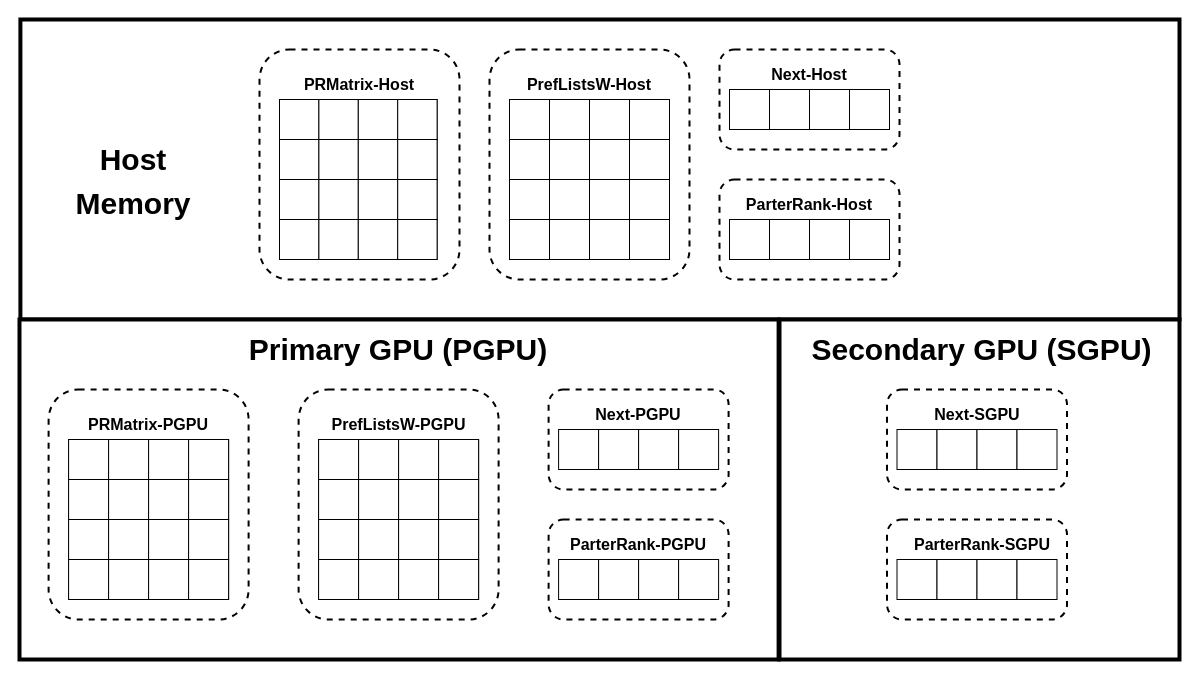
Earlier version of the draw.io diagram DSInHybridSystem.drawio (victorliu-sq/BambooSMP-Figures). Source tidied: cells renumbered, new cells numbered last; positions are measured from the earlier drawing's top-left corner, leaving out a move shared by most shapes. Both pictures are drawn from the tidied source at 100%, with x=0, y=0 at pixel (19, 19).
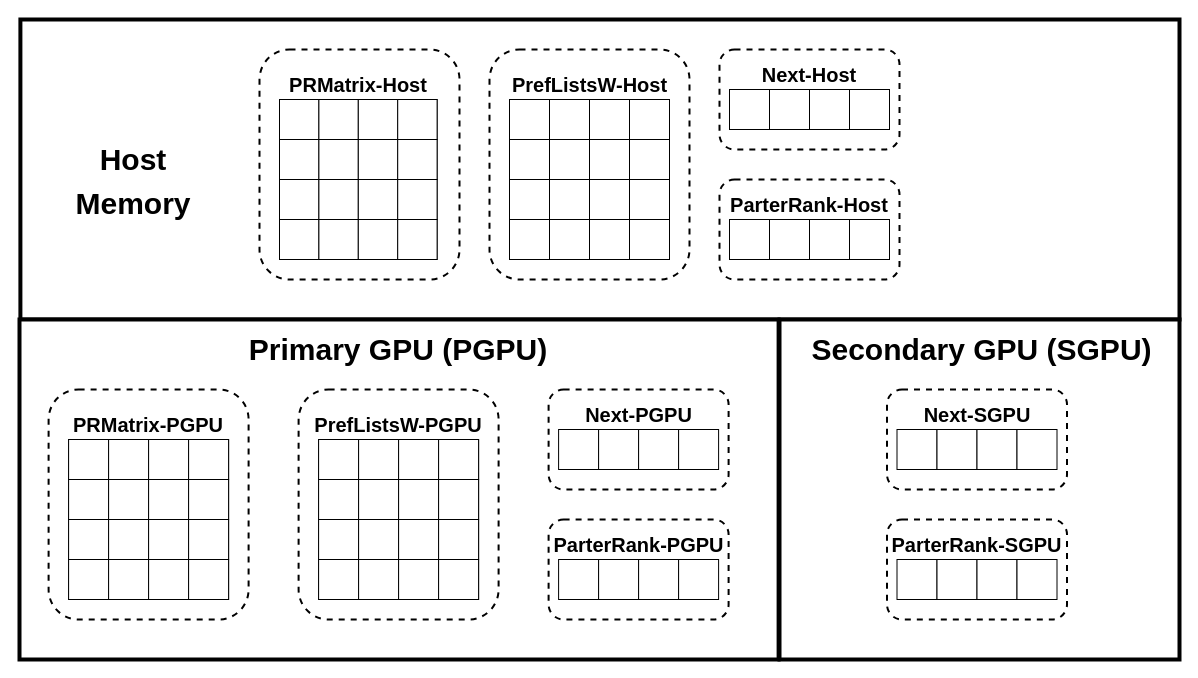
The same page after the edit.

What changed in the source:
```diff
@@
-    <mxCell id="25" value="&lt;p&gt;&lt;b&gt;&lt;font style=&quot;font-size: 16px;&quot;&gt;PRMatrix-Host&lt;/font&gt;&lt;/b&gt;&lt;/p&gt;" style="text;html=1;align=center;verticalAlign=middle;whiteSpace=wrap;rounded=0;" parent="1" vertex="1">
-      <mxGeometry x="270" y="50" width="140" height="30" as="geometry" />
+    <mxCell id="25" value="&lt;p&gt;&lt;b&gt;&lt;font style=&quot;font-size: 20px;&quot;&gt;PRMatrix-Host&lt;/font&gt;&lt;/b&gt;&lt;/p&gt;" style="text;html=1;align=center;verticalAlign=middle;whiteSpace=wrap;rounded=0;" parent="1" vertex="1">
+      <mxGeometry x="268.8" y="50" width="140" height="30" as="geometry" />
     </mxCell>
-    <mxCell id="26" value="&lt;p&gt;&lt;b&gt;&lt;font style=&quot;font-size: 16px;&quot;&gt;PrefListsW-Host&lt;/font&gt;&lt;/b&gt;&lt;/p&gt;" style="text;html=1;align=center;verticalAlign=middle;whiteSpace=wrap;rounded=0;" parent="1" vertex="1">
-      <mxGeometry x="505" y="50" width="130" height="30" as="geometry" />
+    <mxCell id="26" value="&lt;p&gt;&lt;b&gt;&lt;font style=&quot;font-size: 20px;&quot;&gt;PrefListsW-Host&lt;/font&gt;&lt;/b&gt;&lt;/p&gt;" style="text;html=1;align=center;verticalAlign=middle;whiteSpace=wrap;rounded=0;" parent="1" vertex="1">
+      <mxGeometry x="487.5" y="50" width="165" height="30" as="geometry" />
     </mxCell>
@@
-    <mxCell id="32" value="&lt;p&gt;&lt;b&gt;&lt;font style=&quot;font-size: 16px;&quot;&gt;Next-Host&lt;/font&gt;&lt;/b&gt;&lt;/p&gt;" style="text;html=1;align=center;verticalAlign=middle;whiteSpace=wrap;rounded=0;" parent="1" vertex="1">
+    <mxCell id="32" value="&lt;p&gt;&lt;b&gt;&lt;font style=&quot;font-size: 20px;&quot;&gt;Next-Host&lt;/font&gt;&lt;/b&gt;&lt;/p&gt;" style="text;html=1;align=center;verticalAlign=middle;whiteSpace=wrap;rounded=0;" parent="1" vertex="1">
       <mxGeometry x="740" y="40" width="100" height="30" as="geometry" />
     </mxCell>
@@
-    <mxCell id="39" value="&lt;p&gt;&lt;b&gt;&lt;font style=&quot;font-size: 16px;&quot;&gt;ParterRank-Host&lt;/font&gt;&lt;/b&gt;&lt;/p&gt;" style="text;html=1;align=center;verticalAlign=middle;whiteSpace=wrap;rounded=0;" parent="1" vertex="1">
-      <mxGeometry x="720" y="170" width="140" height="30" as="geometry" />
+    <mxCell id="39" value="&lt;p&gt;&lt;b&gt;&lt;font style=&quot;font-size: 20px;&quot;&gt;ParterRank-Host&lt;/font&gt;&lt;/b&gt;&lt;/p&gt;" style="text;html=1;align=center;verticalAlign=middle;whiteSpace=wrap;rounded=0;" parent="1" vertex="1">
+      <mxGeometry x="710" y="170" width="160" height="30" as="geometry" />
     </mxCell>
@@
-    <mxCell id="42" value="&lt;p&gt;&lt;b&gt;&lt;font style=&quot;font-size: 16px;&quot;&gt;Next-SGPU&lt;/font&gt;&lt;/b&gt;&lt;/p&gt;" style="text;html=1;align=center;verticalAlign=middle;whiteSpace=wrap;rounded=0;" parent="1" vertex="1">
-      <mxGeometry x="907.5" y="380" width="100" height="30" as="geometry" />
+    <mxCell id="42" value="&lt;p style=&quot;font-size: 20px;&quot;&gt;&lt;b style=&quot;font-size: 20px;&quot;&gt;&lt;font style=&quot;font-size: 20px;&quot;&gt;Next-SGPU&lt;/font&gt;&lt;/b&gt;&lt;/p&gt;" style="text;html=1;align=center;verticalAlign=middle;whiteSpace=wrap;rounded=0;fontSize=20;" parent="1" vertex="1">
+      <mxGeometry x="893.8" y="380" width="127.5" height="30" as="geometry" />
     </mxCell>
-    <mxCell id="43" value="&lt;p&gt;&lt;b&gt;&lt;font style=&quot;font-size: 16px;&quot;&gt;ParterRank-SGPU&lt;/font&gt;&lt;/b&gt;&lt;/p&gt;" style="text;html=1;align=center;verticalAlign=middle;whiteSpace=wrap;rounded=0;" parent="1" vertex="1">
-      <mxGeometry x="892.5" y="510" width="140" height="30" as="geometry" />
+    <mxCell id="43" value="&lt;p style=&quot;font-size: 20px;&quot;&gt;&lt;b style=&quot;font-size: 20px;&quot;&gt;&lt;font style=&quot;font-size: 20px;&quot;&gt;ParterRank-SGPU&lt;/font&gt;&lt;/b&gt;&lt;/p&gt;" style="text;html=1;align=center;verticalAlign=middle;whiteSpace=wrap;rounded=0;fontSize=20;" parent="1" vertex="1">
+      <mxGeometry x="866.2" y="510" width="182.5" height="30" as="geometry" />
     </mxCell>
@@
-    <mxCell id="96" value="&lt;p&gt;&lt;b&gt;&lt;font style=&quot;font-size: 16px;&quot;&gt;PRMatrix-PGPU&lt;/font&gt;&lt;/b&gt;&lt;/p&gt;" style="text;html=1;align=center;verticalAlign=middle;whiteSpace=wrap;rounded=0;" parent="1" vertex="1">
-      <mxGeometry x="64.1" y="390" width="130" height="30" as="geometry" />
+    <mxCell id="96" value="&lt;p style=&quot;font-size: 20px;&quot;&gt;&lt;b style=&quot;font-size: 20px;&quot;&gt;&lt;font style=&quot;font-size: 20px;&quot;&gt;PRMatrix-PGPU&lt;/font&gt;&lt;/b&gt;&lt;/p&gt;" style="text;html=1;align=center;verticalAlign=middle;whiteSpace=wrap;rounded=0;fontSize=20;" parent="1" vertex="1">
+      <mxGeometry x="51.2" y="390" width="155.9" height="30" as="geometry" />
     </mxCell>
@@
-    <mxCell id="98" value="&lt;p&gt;&lt;b&gt;&lt;font style=&quot;font-size: 16px;&quot;&gt;PrefListsW-PGPU&lt;/font&gt;&lt;/b&gt;&lt;/p&gt;" style="text;html=1;align=center;verticalAlign=middle;whiteSpace=wrap;rounded=0;" parent="1" vertex="1">
-      <mxGeometry x="306.6" y="390" width="145" height="30" as="geometry" />
+    <mxCell id="98" value="&lt;p style=&quot;font-size: 20px;&quot;&gt;&lt;b style=&quot;font-size: 20px;&quot;&gt;&lt;font style=&quot;font-size: 20px;&quot;&gt;PrefListsW-PGPU&lt;/font&gt;&lt;/b&gt;&lt;/p&gt;" style="text;html=1;align=center;verticalAlign=middle;whiteSpace=wrap;rounded=0;fontSize=20;" parent="1" vertex="1">
+      <mxGeometry x="293.3" y="390" width="171.6" height="30" as="geometry" />
     </mxCell>
@@
-    <mxCell id="105" value="&lt;p&gt;&lt;b&gt;&lt;font style=&quot;font-size: 16px;&quot;&gt;Next-PGPU&lt;/font&gt;&lt;/b&gt;&lt;/p&gt;" style="text;html=1;align=center;verticalAlign=middle;whiteSpace=wrap;rounded=0;" parent="1" vertex="1">
-      <mxGeometry x="569.1" y="380" width="100" height="30" as="geometry" />
+    <mxCell id="105" value="&lt;p style=&quot;font-size: 20px;&quot;&gt;&lt;b style=&quot;font-size: 20px;&quot;&gt;&lt;font style=&quot;font-size: 20px;&quot;&gt;Next-PGPU&lt;/font&gt;&lt;/b&gt;&lt;/p&gt;" style="text;html=1;align=center;verticalAlign=middle;whiteSpace=wrap;rounded=0;fontSize=20;" parent="1" vertex="1">
+      <mxGeometry x="559.5" y="380" width="119.1" height="30" as="geometry" />
     </mxCell>
@@
-    <mxCell id="112" value="&lt;p&gt;&lt;b&gt;&lt;font style=&quot;font-size: 16px;&quot;&gt;ParterRank-PGPU&lt;/font&gt;&lt;/b&gt;&lt;/p&gt;" style="text;html=1;align=center;verticalAlign=middle;whiteSpace=wrap;rounded=0;" parent="1" vertex="1">
-      <mxGeometry x="549.1" y="510" width="140" height="30" as="geometry" />
+    <mxCell id="112" value="&lt;p style=&quot;font-size: 20px;&quot;&gt;&lt;b style=&quot;font-size: 20px;&quot;&gt;&lt;font style=&quot;font-size: 20px;&quot;&gt;ParterRank-PGPU&lt;/font&gt;&lt;/b&gt;&lt;/p&gt;" style="text;html=1;align=center;verticalAlign=middle;whiteSpace=wrap;rounded=0;fontSize=20;" parent="1" vertex="1">
+      <mxGeometry x="530" y="510" width="179.1" height="30" as="geometry" />
     </mxCell>
```
